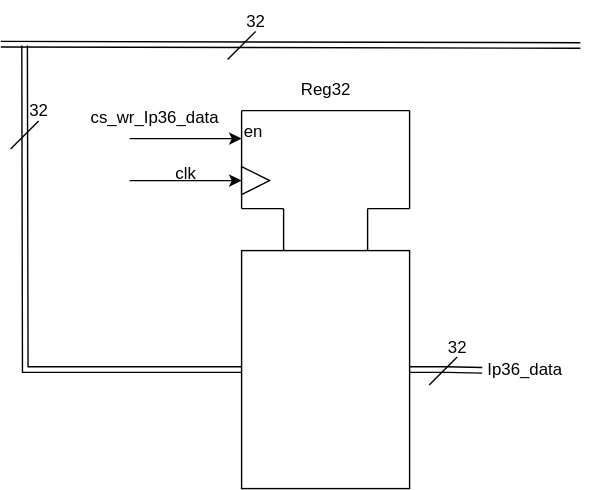
Earlier version of the draw.io export imgs/interface_avalon-wr_data.svg (UBehrmann/ARE_labo3). Source tidied: cells renumbered, new cells last; positions are measured from the earlier drawing's top-left corner, leaving out a move shared by most shapes. The source it was exported from:
```xml
<mxGraphModel>
  <root>
    <mxCell id="0" />
    <mxCell id="1" parent="0" />
    <mxCell id="2" style="edgeStyle=orthogonalEdgeStyle;rounded=0;jettySize=auto;html=1;exitX=0;exitY=0.5;exitDx=0;exitDy=0;shape=link;fontColor=#000000;" parent="1" edge="1" source="3">
      <mxGeometry relative="1" as="geometry">
        <mxPoint x="17" y="32" as="targetPoint" />
      </mxGeometry>
    </mxCell>
    <mxCell id="3" style="rounded=0;whiteSpace=wrap;html=1;fontColor=#000000;" parent="1" vertex="1">
      <mxGeometry x="172" y="178.5" width="120" height="170" as="geometry" />
    </mxCell>
    <mxCell id="4" style="endArrow=none;html=1;rounded=0;exitX=0.25;exitY=0;exitDx=0;exitDy=0;fontColor=#000000;" parent="1" edge="1" source="3">
      <mxGeometry relative="1" as="geometry">
        <mxPoint x="202" y="148.5" as="targetPoint" />
      </mxGeometry>
    </mxCell>
    <mxCell id="5" style="endArrow=none;html=1;rounded=0;exitX=0.75;exitY=0;exitDx=0;exitDy=0;fontColor=#000000;" parent="1" edge="1" source="3">
      <mxGeometry relative="1" as="geometry">
        <mxPoint x="262" y="148.5" as="targetPoint" />
      </mxGeometry>
    </mxCell>
    <mxCell id="6" style="endArrow=none;html=1;rounded=0;fontColor=#000000;" parent="1" edge="1">
      <mxGeometry relative="1" as="geometry">
        <mxPoint x="202" y="148.5" as="sourcePoint" />
        <mxPoint x="172" y="148.5" as="targetPoint" />
      </mxGeometry>
    </mxCell>
    <mxCell id="7" style="endArrow=none;html=1;rounded=0;fontColor=#000000;" parent="1" edge="1">
      <mxGeometry relative="1" as="geometry">
        <mxPoint x="262" y="148.5" as="sourcePoint" />
        <mxPoint x="292" y="148.5" as="targetPoint" />
      </mxGeometry>
    </mxCell>
    <mxCell id="8" style="endArrow=none;html=1;rounded=0;fontColor=#000000;" parent="1" edge="1">
      <mxGeometry relative="1" as="geometry">
        <mxPoint x="172" y="148.5" as="sourcePoint" />
        <mxPoint x="172" y="78.5" as="targetPoint" />
      </mxGeometry>
    </mxCell>
    <mxCell id="9" style="endArrow=none;html=1;rounded=0;fontColor=#000000;" parent="1" edge="1">
      <mxGeometry relative="1" as="geometry">
        <mxPoint x="292" y="78.5" as="sourcePoint" />
        <mxPoint x="172" y="78.5" as="targetPoint" />
      </mxGeometry>
    </mxCell>
    <mxCell id="10" style="endArrow=none;html=1;rounded=0;fontColor=#000000;" parent="1" edge="1">
      <mxGeometry relative="1" as="geometry">
        <mxPoint x="292" y="78.5" as="sourcePoint" />
        <mxPoint x="292" y="148.5" as="targetPoint" />
      </mxGeometry>
    </mxCell>
    <mxCell id="11" style="endArrow=classic;html=1;rounded=0;fontColor=#000000;" parent="1" edge="1">
      <mxGeometry relative="1" as="geometry">
        <mxPoint x="92" y="98.5" as="sourcePoint" />
        <mxPoint x="172" y="98.5" as="targetPoint" />
      </mxGeometry>
    </mxCell>
    <mxCell id="12" value="en" style="text;html=1;align=left;verticalAlign=middle;strokeColor=none;fillColor=none;fontColor=#000000;" parent="1" vertex="1">
      <mxGeometry x="172" y="78.5" width="40" height="30" as="geometry" />
    </mxCell>
    <mxCell id="13" style="endArrow=classic;html=1;rounded=0;fontColor=#000000;" parent="1" edge="1">
      <mxGeometry relative="1" as="geometry">
        <mxPoint x="92" y="128.5" as="sourcePoint" />
        <mxPoint x="172" y="128.5" as="targetPoint" />
      </mxGeometry>
    </mxCell>
    <mxCell id="14" style="triangle;whiteSpace=wrap;html=1;fontColor=#000000;" parent="1" vertex="1">
      <mxGeometry x="172" y="118.5" width="20" height="20" as="geometry" />
    </mxCell>
    <mxCell id="15" value="clk" style="text;html=1;align=center;verticalAlign=middle;strokeColor=none;fillColor=none;fontColor=#000000;" parent="1" vertex="1">
      <mxGeometry x="112" y="108.5" width="40" height="30" as="geometry" />
    </mxCell>
    <mxCell id="16" value="Reg32" style="text;html=1;align=center;verticalAlign=middle;strokeColor=none;fillColor=none;fontColor=#000000;" parent="1" vertex="1">
      <mxGeometry x="202" y="48.5" width="60" height="30" as="geometry" />
    </mxCell>
    <mxCell id="17" value="cs_wr_Ip36_data" style="text;html=1;align=right;verticalAlign=middle;points=[];strokeColor=none;fillColor=none;fontColor=#000000;" parent="1" vertex="1">
      <mxGeometry x="47" y="68.5" width="110" height="30" as="geometry" />
    </mxCell>
    <mxCell id="18" value="Ip36_data" style="text;html=1;align=left;verticalAlign=middle;points=[];strokeColor=none;fillColor=none;fontColor=#000000;" parent="1" vertex="1">
      <mxGeometry x="346" y="248.5" width="80" height="30" as="geometry" />
    </mxCell>
    <mxCell id="19" style="edgeStyle=orthogonalEdgeStyle;rounded=0;jettySize=auto;html=1;exitX=1;exitY=0.5;exitDx=0;exitDy=0;entryX=-0.027;entryY=0.517;entryDx=0;entryDy=0;entryPerimeter=0;shape=link;fontColor=#000000;" parent="1" edge="1" source="3" target="18">
      <mxGeometry relative="1" as="geometry" />
    </mxCell>
    <mxCell id="20" style="endArrow=none;html=1;rounded=0;fontColor=#000000;" parent="1" edge="1">
      <mxGeometry relative="1" as="geometry">
        <mxPoint x="162" y="42" as="sourcePoint" />
        <mxPoint x="182" y="22" as="targetPoint" />
      </mxGeometry>
    </mxCell>
    <mxCell id="21" value="32" style="text;html=1;align=center;verticalAlign=middle;strokeColor=none;fillColor=none;fontColor=#000000;" parent="1" vertex="1">
      <mxGeometry x="162" width="40" height="30" as="geometry" />
    </mxCell>
    <mxCell id="22" style="endArrow=none;html=1;rounded=0;fontColor=#000000;" parent="1" edge="1">
      <mxGeometry relative="1" as="geometry">
        <mxPoint x="7" y="106" as="sourcePoint" />
        <mxPoint x="27" y="86" as="targetPoint" />
      </mxGeometry>
    </mxCell>
    <mxCell id="23" value="32" style="text;html=1;align=center;verticalAlign=middle;strokeColor=none;fillColor=none;fontColor=#000000;" parent="1" vertex="1">
      <mxGeometry x="7" y="64" width="40" height="30" as="geometry" />
    </mxCell>
    <mxCell id="24" style="endArrow=none;html=1;rounded=0;fontColor=#000000;" parent="1" edge="1">
      <mxGeometry relative="1" as="geometry">
        <mxPoint x="306" y="274.5" as="sourcePoint" />
        <mxPoint x="326" y="254.5" as="targetPoint" />
      </mxGeometry>
    </mxCell>
    <mxCell id="25" value="32" style="text;html=1;align=center;verticalAlign=middle;strokeColor=none;fillColor=none;fontColor=#000000;" parent="1" vertex="1">
      <mxGeometry x="306" y="232.5" width="40" height="30" as="geometry" />
    </mxCell>
    <mxCell id="26" style="shape=link;endArrow=classic;html=1;rounded=0;fontColor=#000000;" parent="1" edge="1">
      <mxGeometry relative="1" as="geometry">
        <mxPoint y="31" as="sourcePoint" />
        <mxPoint x="414" y="32" as="targetPoint" />
      </mxGeometry>
    </mxCell>
  </root>
</mxGraphModel>
```
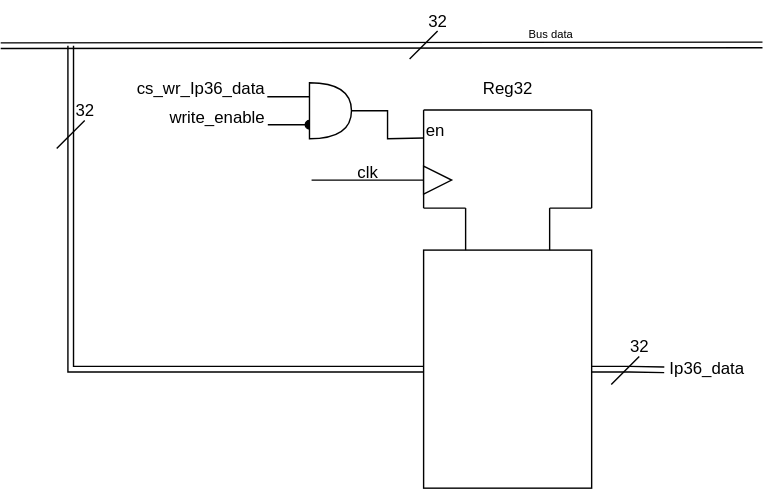
The same file after the commit.

Diff of the diagram source:
```diff
@@ -4,7 +4,10 @@
     <mxCell id="1" parent="0" />
     <mxCell id="2" style="edgeStyle=orthogonalEdgeStyle;rounded=0;jettySize=auto;html=1;exitX=0;exitY=0.5;exitDx=0;exitDy=0;shape=link;fontColor=#000000;" parent="1" edge="1" source="3">
       <mxGeometry relative="1" as="geometry">
-        <mxPoint x="17" y="32" as="targetPoint" />
+        <mxPoint x="-80" y="32.5" as="targetPoint" />
+        <Array as="points">
+          <mxPoint x="-80" y="263.5" />
+        </Array>
       </mxGeometry>
     </mxCell>
     <mxCell id="3" style="rounded=0;whiteSpace=wrap;html=1;fontColor=#000000;" parent="1" vertex="1">
@@ -50,16 +53,15 @@
         <mxPoint x="292" y="148.5" as="targetPoint" />
       </mxGeometry>
     </mxCell>
-    <mxCell id="11" style="endArrow=classic;html=1;rounded=0;fontColor=#000000;" parent="1" edge="1">
+    <mxCell id="11" style="endArrow=none;html=1;rounded=0;fontColor=#000000;exitX=1;exitY=0.5;exitDx=0;exitDy=0;exitPerimeter=0;edgeStyle=orthogonalEdgeStyle;endFill=0;" parent="1" edge="1" source="30">
       <mxGeometry relative="1" as="geometry">
-        <mxPoint x="92" y="98.5" as="sourcePoint" />
         <mxPoint x="172" y="98.5" as="targetPoint" />
       </mxGeometry>
     </mxCell>
     <mxCell id="12" value="en" style="text;html=1;align=left;verticalAlign=middle;strokeColor=none;fillColor=none;fontColor=#000000;" parent="1" vertex="1">
       <mxGeometry x="172" y="78.5" width="40" height="30" as="geometry" />
     </mxCell>
-    <mxCell id="13" style="endArrow=classic;html=1;rounded=0;fontColor=#000000;" parent="1" edge="1">
+    <mxCell id="13" style="endArrow=none;html=1;rounded=0;fontColor=#000000;endFill=0;" parent="1" edge="1">
       <mxGeometry relative="1" as="geometry">
         <mxPoint x="92" y="128.5" as="sourcePoint" />
         <mxPoint x="172" y="128.5" as="targetPoint" />
@@ -75,7 +77,7 @@
       <mxGeometry x="202" y="48.5" width="60" height="30" as="geometry" />
     </mxCell>
     <mxCell id="17" value="cs_wr_Ip36_data" style="text;html=1;align=right;verticalAlign=middle;points=[];strokeColor=none;fillColor=none;fontColor=#000000;" parent="1" vertex="1">
-      <mxGeometry x="47" y="68.5" width="110" height="30" as="geometry" />
+      <mxGeometry x="-50" y="48.5" width="110" height="30" as="geometry" />
     </mxCell>
     <mxCell id="18" value="Ip36_data" style="text;html=1;align=left;verticalAlign=middle;points=[];strokeColor=none;fillColor=none;fontColor=#000000;" parent="1" vertex="1">
       <mxGeometry x="346" y="248.5" width="80" height="30" as="geometry" />
@@ -94,12 +96,12 @@
     </mxCell>
     <mxCell id="22" style="endArrow=none;html=1;rounded=0;fontColor=#000000;" parent="1" edge="1">
       <mxGeometry relative="1" as="geometry">
-        <mxPoint x="7" y="106" as="sourcePoint" />
-        <mxPoint x="27" y="86" as="targetPoint" />
+        <mxPoint x="-90" y="106" as="sourcePoint" />
+        <mxPoint x="-70" y="86" as="targetPoint" />
       </mxGeometry>
     </mxCell>
     <mxCell id="23" value="32" style="text;html=1;align=center;verticalAlign=middle;strokeColor=none;fillColor=none;fontColor=#000000;" parent="1" vertex="1">
-      <mxGeometry x="7" y="64" width="40" height="30" as="geometry" />
+      <mxGeometry x="-90" y="64" width="40" height="30" as="geometry" />
     </mxCell>
     <mxCell id="24" style="endArrow=none;html=1;rounded=0;fontColor=#000000;" parent="1" edge="1">
       <mxGeometry relative="1" as="geometry">
@@ -112,9 +114,24 @@
     </mxCell>
     <mxCell id="26" style="shape=link;endArrow=classic;html=1;rounded=0;fontColor=#000000;" parent="1" edge="1">
       <mxGeometry relative="1" as="geometry">
-        <mxPoint y="31" as="sourcePoint" />
+        <mxPoint x="-130" y="32.5" as="sourcePoint" />
         <mxPoint x="414" y="32" as="targetPoint" />
       </mxGeometry>
     </mxCell>
+    <mxCell id="27" value="Bus data" style="text;html=1;align=right;verticalAlign=middle;strokeColor=none;fillColor=none;fontSize=8;fontColor=#000000;" parent="1" vertex="1">
+      <mxGeometry x="220" y="14.8" width="60" height="20" as="geometry" />
+    </mxCell>
+    <mxCell id="28" value="write_enable" style="text;html=1;align=right;verticalAlign=middle;points=[];strokeColor=none;fillColor=none;fontColor=#000000;" parent="1" vertex="1">
+      <mxGeometry x="-30" y="69" width="90" height="30" as="geometry" />
+    </mxCell>
+    <mxCell id="29" style="edgeStyle=orthogonalEdgeStyle;rounded=0;jettySize=auto;html=1;exitX=0;exitY=0.75;exitDx=0;exitDy=0;exitPerimeter=0;endArrow=none;endFill=0;startArrow=oval;startFill=1;entryX=1.009;entryY=0.654;entryDx=0;entryDy=0;entryPerimeter=0;" parent="1" edge="1" source="30" target="28">
+      <mxGeometry relative="1" as="geometry" />
+    </mxCell>
+    <mxCell id="30" style="shape=or;whiteSpace=wrap;html=1;" parent="1" vertex="1">
+      <mxGeometry x="90.5" y="59" width="30" height="40" as="geometry" />
+    </mxCell>
+    <mxCell id="31" style="edgeStyle=orthogonalEdgeStyle;rounded=0;jettySize=auto;html=1;exitX=0;exitY=0.25;exitDx=0;exitDy=0;exitPerimeter=0;entryX=1.004;entryY=0.669;entryDx=0;entryDy=0;entryPerimeter=0;endArrow=none;endFill=0;" parent="1" edge="1" source="30" target="17">
+      <mxGeometry relative="1" as="geometry" />
+    </mxCell>
   </root>
 </mxGraphModel>
```
